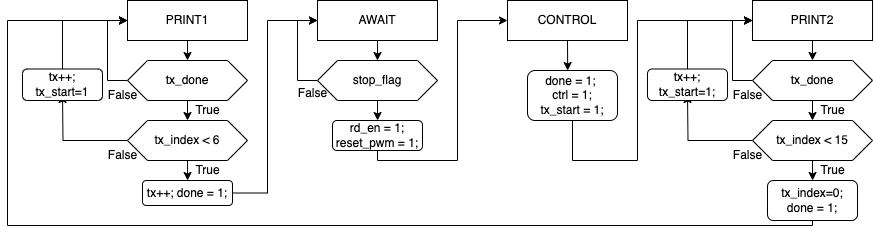
RatkoFri/first_homework keeps this draw.io diagram as img/control_unit.png. Above is the earlier version. Source tidied: cells renumbered, new cells last; positions are measured from the earlier drawing's top-left corner, leaving out a move shared by most shapes.
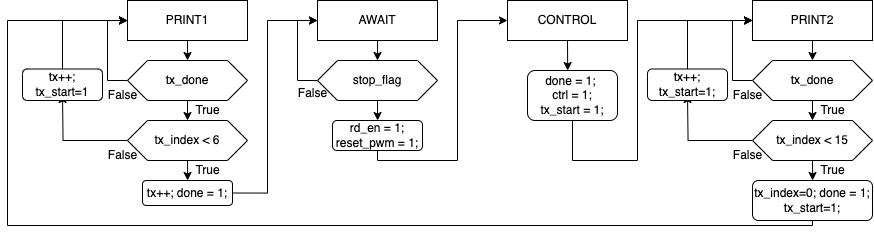
The same file after the commit.

Diff of the diagram source:
```diff
@@ -178,8 +178,8 @@
         </Array>
       </mxGeometry>
     </mxCell>
-    <mxCell id="45" value="tx_index=0; done = 1;" style="rounded=1;whiteSpace=wrap;html=1;" parent="1" vertex="1">
-      <mxGeometry x="760" y="180" width="90" height="40" as="geometry" />
+    <mxCell id="45" value="tx_index=0; done = 1;&lt;div&gt;tx_start=1;&lt;/div&gt;" style="rounded=1;whiteSpace=wrap;html=1;" parent="1" vertex="1">
+      <mxGeometry x="745" y="180" width="120" height="40" as="geometry" />
     </mxCell>
   </root>
 </mxGraphModel>
```
